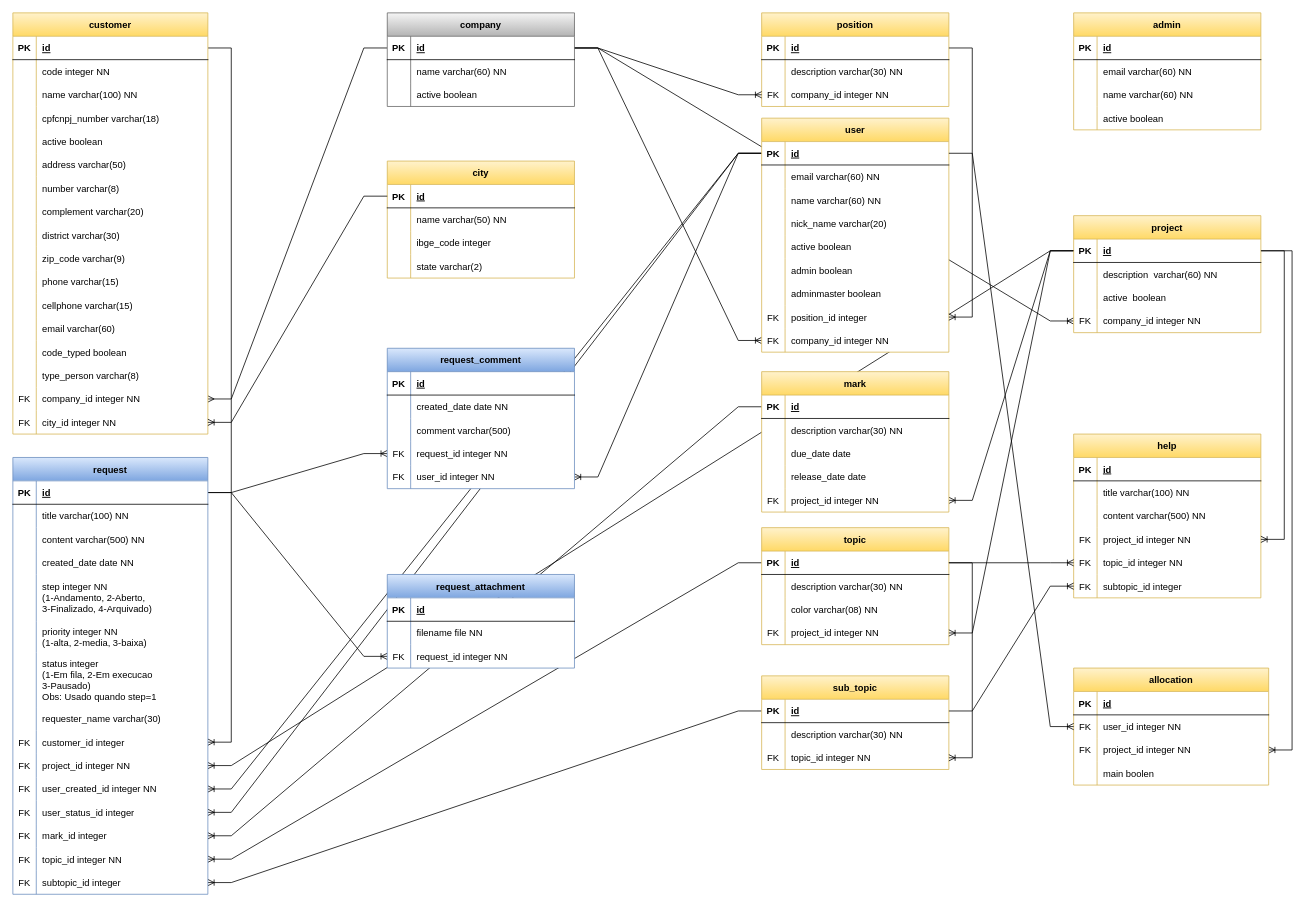
Earlier version of the draw.io diagram lib/docs/Entidades.drawio (edsoncosta-br/sfhelpdesk). Source tidied: cells renumbered, new cells numbered last; positions are measured from the earlier drawing's top-left corner, leaving out a move shared by most shapes. Both pictures are drawn from the tidied source at 78%, with x=0, y=0 at pixel (12, 12).
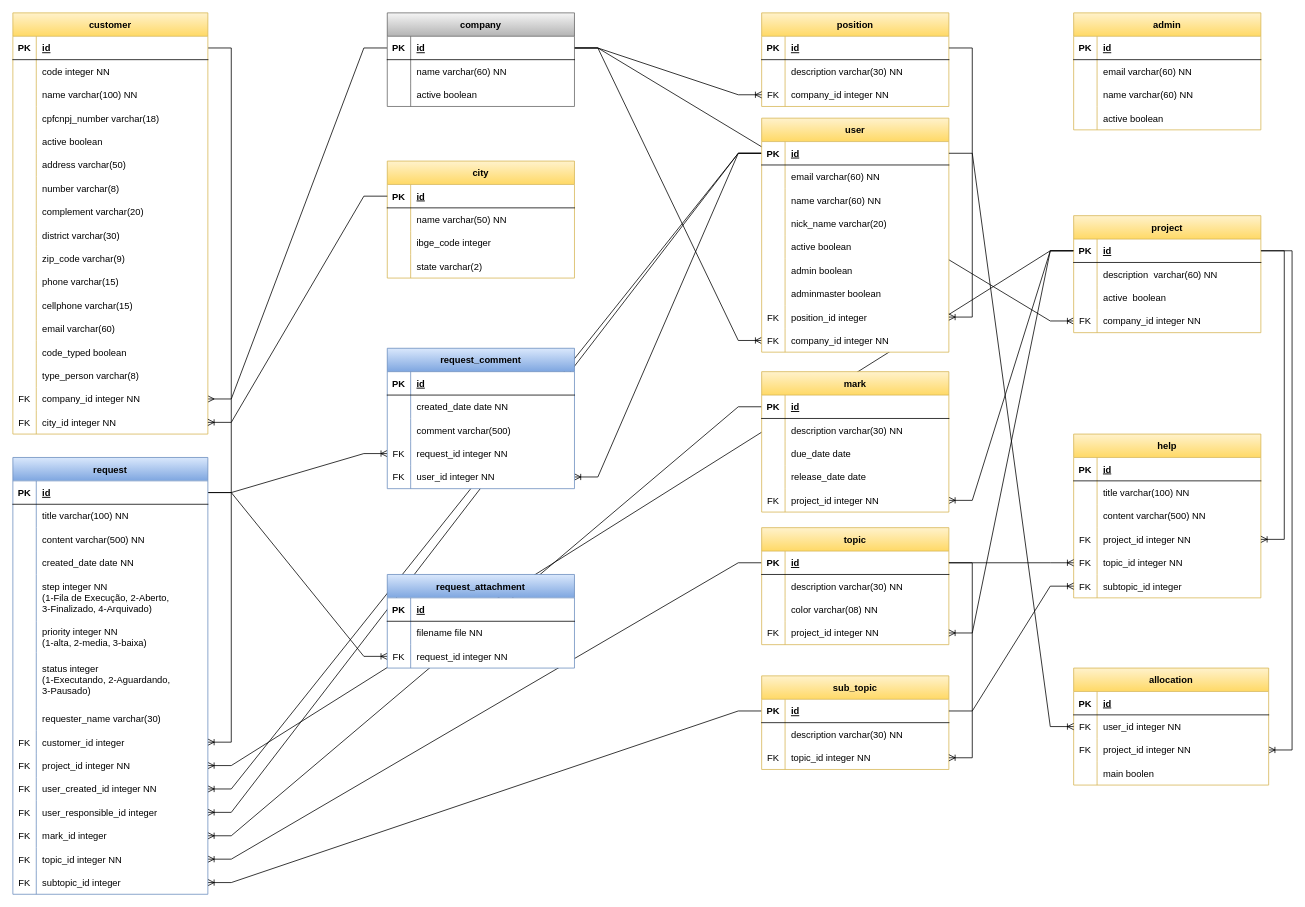
After the change.

The change refers to these unchanged cells:
```xml
<mxCell id="152" style="shape=tableRow;horizontal=0;startSize=0;swimlaneHead=0;swimlaneBody=0;fillColor=none;top=0;left=0;right=0;bottom=0;" parent="139" vertex="1">
  <mxGeometry y="150" width="250" height="60" as="geometry" />
</mxCell>
<mxCell id="158" style="shape=tableRow;horizontal=0;startSize=0;swimlaneHead=0;swimlaneBody=0;fillColor=none;top=0;left=0;right=0;bottom=0;" parent="139" vertex="1">
  <mxGeometry y="250" width="250" height="70" as="geometry" />
</mxCell>
<mxCell id="173" style="shape=tableRow;horizontal=0;startSize=0;swimlaneHead=0;swimlaneBody=0;fillColor=none;points=[[0,0.5],[1,0.5]];portConstraint=eastwest;top=0;left=0;right=0;bottom=0;" parent="139" vertex="1">
  <mxGeometry y="440" width="250" height="30" as="geometry" />
</mxCell>
```

The edit, as a diff of the source:
```diff
@@
-    <mxCell id="154" value="step integer NN&#10;(1-Andamento, 2-Aberto, &#10;3-Finalizado, 4-Arquivado)" style="shape=partialRectangle;fillColor=none;top=0;left=0;bottom=0;right=0;align=left;spacingLeft=6;overflow=hidden;" parent="152" vertex="1">
+    <mxCell id="154" value="step integer NN&#10;(1-Fila de Execução, 2-Aberto, &#10;3-Finalizado, 4-Arquivado)" style="shape=partialRectangle;fillColor=none;top=0;left=0;bottom=0;right=0;align=left;spacingLeft=6;overflow=hidden;" parent="152" vertex="1">
       <mxGeometry x="30" width="220" height="60" as="geometry" />
     </mxCell>
@@
-    <mxCell id="160" value="status integer&#10;(1-Em fila, 2-Em execucao&#10;3-Pausado) &#10;Obs: Usado quando step=1" style="shape=partialRectangle;fillColor=none;top=0;left=0;bottom=0;right=0;align=left;spacingLeft=6;overflow=hidden;" parent="158" vertex="1">
+    <mxCell id="160" value="status integer&#10;(1-Executando, 2-Aguardando, &#10;3-Pausado)" style="shape=partialRectangle;fillColor=none;top=0;left=0;bottom=0;right=0;align=left;spacingLeft=6;overflow=hidden;" parent="158" vertex="1">
       <mxGeometry x="30" width="220" height="70" as="geometry" />
     </mxCell>
@@
-    <mxCell id="175" value="user_status_id integer" style="shape=partialRectangle;fillColor=none;top=0;left=0;bottom=0;right=0;align=left;spacingLeft=6;overflow=hidden;" parent="173" vertex="1">
+    <mxCell id="175" value="user_responsible_id integer" style="shape=partialRectangle;fillColor=none;top=0;left=0;bottom=0;right=0;align=left;spacingLeft=6;overflow=hidden;" parent="173" vertex="1">
       <mxGeometry x="30" width="220" height="30" as="geometry" />
     </mxCell>
```
